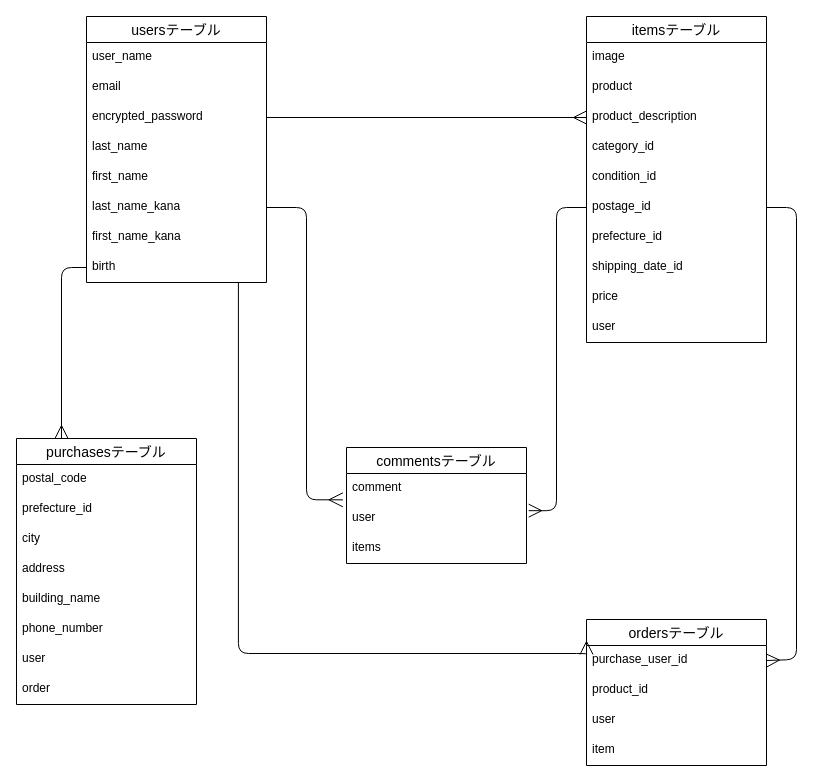
This is furima.dio from hmeg2896/furima-36743, a draw.io file, before an edit. Source tidied: cells renumbered, new cells numbered last; positions are measured from the earlier drawing's top-left corner, leaving out a move shared by most shapes. Both pictures are drawn from the tidied source at 100%, with x=0, y=0 at pixel (16, 16).
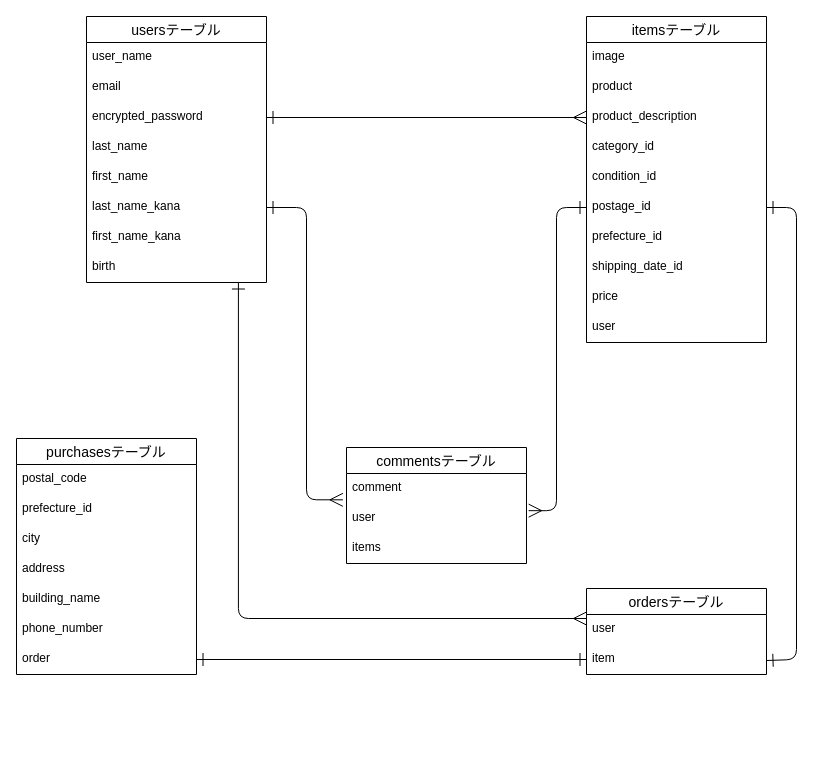
The same diagram, later.

The change refers to these unchanged cells:
```xml
<mxCell id="5" value="encrypted_password" style="text;strokeColor=none;fillColor=none;spacingLeft=4;spacingRight=4;overflow=hidden;points=[[0,0.5],[1,0.5]];portConstraint=eastwest;fontSize=12;" parent="2" vertex="1">
  <mxGeometry y="86" width="180" height="30" as="geometry" />
</mxCell>
<mxCell id="8" value="last_name_kana" style="text;strokeColor=none;fillColor=none;spacingLeft=4;spacingRight=4;overflow=hidden;points=[[0,0.5],[1,0.5]];portConstraint=eastwest;fontSize=12;" parent="2" vertex="1">
  <mxGeometry y="176" width="180" height="30" as="geometry" />
</mxCell>
<mxCell id="10" value="birth" style="text;strokeColor=none;fillColor=none;spacingLeft=4;spacingRight=4;overflow=hidden;points=[[0,0.5],[1,0.5]];portConstraint=eastwest;fontSize=12;" parent="2" vertex="1">
  <mxGeometry y="236" width="180" height="30" as="geometry" />
</mxCell>
<mxCell id="14" value="product_description" style="text;strokeColor=none;fillColor=none;spacingLeft=4;spacingRight=4;overflow=hidden;points=[[0,0.5],[1,0.5]];portConstraint=eastwest;fontSize=12;" parent="11" vertex="1">
  <mxGeometry y="86" width="180" height="30" as="geometry" />
</mxCell>
<mxCell id="17" value="postage_id" style="text;strokeColor=none;fillColor=none;spacingLeft=4;spacingRight=4;overflow=hidden;points=[[0,0.5],[1,0.5]];portConstraint=eastwest;fontSize=12;" parent="11" vertex="1">
  <mxGeometry y="176" width="180" height="30" as="geometry" />
</mxCell>
<mxCell id="23" value="comment" style="text;strokeColor=none;fillColor=none;spacingLeft=4;spacingRight=4;overflow=hidden;points=[[0,0.5],[1,0.5]];portConstraint=eastwest;fontSize=12;" parent="22" vertex="1">
  <mxGeometry y="26" width="180" height="30" as="geometry" />
</mxCell>
<mxCell id="24" value="user" style="text;strokeColor=none;fillColor=none;spacingLeft=4;spacingRight=4;overflow=hidden;points=[[0,0.5],[1,0.5]];portConstraint=eastwest;fontSize=12;" parent="22" vertex="1">
  <mxGeometry y="56" width="180" height="30" as="geometry" />
</mxCell>
```

Change to the diagram source:
```diff
@@
     <mxCell id="26" value="purchasesテーブル" style="swimlane;fontStyle=0;horizontal=1;startSize=26;align=center;fontSize=14;" parent="1" vertex="1">
-      <mxGeometry y="422" width="180" height="266" as="geometry" />
+      <mxGeometry y="422" width="180" height="236" as="geometry" />
     </mxCell>
@@
-    <mxCell id="33" value="user" style="text;strokeColor=none;fillColor=none;spacingLeft=4;spacingRight=4;overflow=hidden;fontSize=12;" parent="26" vertex="1">
-      <mxGeometry y="206" width="180" height="30" as="geometry" />
-    </mxCell>
     <mxCell id="34" value="order" style="text;strokeColor=none;fillColor=none;spacingLeft=4;spacingRight=4;overflow=hidden;points=[[0,0.5],[1,0.5]];portConstraint=eastwest;fontSize=12;" parent="26" vertex="1">
-      <mxGeometry y="236" width="180" height="30" as="geometry" />
+      <mxGeometry y="206" width="180" height="30" as="geometry" />
     </mxCell>
-    <mxCell id="35" style="edgeStyle=none;html=1;exitX=1;exitY=0.5;exitDx=0;exitDy=0;entryX=0;entryY=0.5;entryDx=0;entryDy=0;endArrow=ERmany;endFill=0;endSize=11;" parent="1" edge="1" source="5" target="14">
+    <mxCell id="35" style="edgeStyle=none;html=1;exitX=1;exitY=0.5;exitDx=0;exitDy=0;entryX=0;entryY=0.5;entryDx=0;entryDy=0;endArrow=ERmany;endFill=0;endSize=11;startArrow=ERone;startFill=0;startSize=11;" parent="1" edge="1" source="5" target="14">
       <mxGeometry relative="1" as="geometry" />
     </mxCell>
@@
-    <mxCell id="37" style="edgeStyle=orthogonalEdgeStyle;html=1;endArrow=ERmany;endFill=0;entryX=-0.02;entryY=0.878;entryDx=0;entryDy=0;entryPerimeter=0;endSize=12;exitX=1;exitY=0.5;exitDx=0;exitDy=0;" parent="1" edge="1" source="8" target="23">
+    <mxCell id="37" style="edgeStyle=orthogonalEdgeStyle;html=1;endArrow=ERmany;endFill=0;entryX=-0.02;entryY=0.878;entryDx=0;entryDy=0;entryPerimeter=0;endSize=11;exitX=1;exitY=0.5;exitDx=0;exitDy=0;startArrow=ERone;startFill=0;startSize=11;" parent="1" edge="1" source="8" target="23">
       <mxGeometry relative="1" as="geometry" />
     </mxCell>
-    <mxCell id="38" style="edgeStyle=orthogonalEdgeStyle;html=1;exitX=0;exitY=0.5;exitDx=0;exitDy=0;entryX=1.012;entryY=0.239;entryDx=0;entryDy=0;entryPerimeter=0;endArrow=ERmany;endFill=0;endSize=11;" parent="1" edge="1" source="17" target="24">
+    <mxCell id="38" style="edgeStyle=orthogonalEdgeStyle;html=1;exitX=0;exitY=0.5;exitDx=0;exitDy=0;entryX=1.012;entryY=0.239;entryDx=0;entryDy=0;entryPerimeter=0;endArrow=ERmany;endFill=0;endSize=11;startArrow=ERone;startFill=0;startSize=11;" parent="1" edge="1" source="17" target="24">
       <mxGeometry relative="1" as="geometry" />
     </mxCell>
-    <mxCell id="39" style="edgeStyle=orthogonalEdgeStyle;html=1;exitX=0;exitY=0.5;exitDx=0;exitDy=0;entryX=0.25;entryY=0;entryDx=0;entryDy=0;endArrow=ERmany;endFill=0;endSize=11;" parent="1" edge="1" source="10" target="26">
-      <mxGeometry relative="1" as="geometry" />
-    </mxCell>
     <mxCell id="40" value="ordersテーブル" style="swimlane;fontStyle=0;horizontal=1;startSize=26;align=center;fontSize=14;" parent="1" vertex="1">
-      <mxGeometry x="570" y="603" width="180" height="146" as="geometry" />
+      <mxGeometry x="570" y="572" width="180" height="86" as="geometry" />
     </mxCell>
-    <mxCell id="41" value="purchase_user_id" style="text;strokeColor=none;fillColor=none;spacingLeft=4;spacingRight=4;overflow=hidden;points=[[0,0.5],[1,0.5]];portConstraint=eastwest;fontSize=12;" parent="40" vertex="1">
-      <mxGeometry y="26" width="180" height="30" as="geometry" />
-    </mxCell>
-    <mxCell id="42" value="product_id" style="text;strokeColor=none;fillColor=none;spacingLeft=4;spacingRight=4;overflow=hidden;fontSize=12;" parent="40" vertex="1">
-      <mxGeometry y="56" width="180" height="30" as="geometry" />
-    </mxCell>
     <mxCell id="43" value="user" style="text;strokeColor=none;fillColor=none;spacingLeft=4;spacingRight=4;overflow=hidden;fontSize=12;" parent="40" vertex="1">
-      <mxGeometry y="86" width="180" height="30" as="geometry" />
+      <mxGeometry y="26" width="180" height="30" as="geometry" />
     </mxCell>
     <mxCell id="44" value="item" style="text;strokeColor=none;fillColor=none;spacingLeft=4;spacingRight=4;overflow=hidden;points=[[0,0.5],[1,0.5]];portConstraint=eastwest;fontSize=12;" parent="40" vertex="1">
-      <mxGeometry y="116" width="180" height="30" as="geometry" />
+      <mxGeometry y="56" width="180" height="30" as="geometry" />
     </mxCell>
-    <mxCell id="45" style="edgeStyle=elbowEdgeStyle;html=1;entryX=0;entryY=0.3;entryDx=0;entryDy=0;entryPerimeter=0;elbow=vertical;exitX=0.844;exitY=1;exitDx=0;exitDy=0;exitPerimeter=0;endArrow=ERmany;endFill=0;endSize=11;" parent="1" edge="1" source="10" target="41">
+    <mxCell id="45" style="edgeStyle=elbowEdgeStyle;html=1;elbow=vertical;exitX=0.844;exitY=1;exitDx=0;exitDy=0;exitPerimeter=0;endArrow=ERmany;endFill=0;endSize=11;startArrow=ERone;startFill=0;startSize=11;" parent="1" edge="1" source="10">
       <mxGeometry relative="1" as="geometry">
+        <mxPoint x="570" y="602" as="targetPoint" />
         <Array as="points">
+          <mxPoint x="222" y="602" />
           <mxPoint x="360" y="637" />
           <mxPoint x="400" y="632" />
         </Array>
       </mxGeometry>
     </mxCell>
-    <mxCell id="46" style="elbow=vertical;html=1;exitX=1;exitY=0.5;exitDx=0;exitDy=0;endArrow=ERmany;endFill=0;endSize=11;edgeStyle=orthogonalEdgeStyle;entryX=1;entryY=0.5;entryDx=0;entryDy=0;" parent="1" edge="1" source="17" target="41">
+    <mxCell id="46" style="elbow=vertical;html=1;exitX=1;exitY=0.5;exitDx=0;exitDy=0;endArrow=ERone;endFill=0;endSize=11;edgeStyle=orthogonalEdgeStyle;entryX=1;entryY=0.5;entryDx=0;entryDy=0;startArrow=ERone;startFill=0;startSize=11;" parent="1" edge="1" source="17">
       <mxGeometry relative="1" as="geometry">
+        <mxPoint x="750" y="644" as="targetPoint" />
         <Array as="points">
           <mxPoint x="780" y="191" />
           <mxPoint x="780" y="643" />
         </Array>
       </mxGeometry>
     </mxCell>
+    <mxCell id="47" style="html=1;exitX=0;exitY=0.5;exitDx=0;exitDy=0;entryX=1;entryY=0.5;entryDx=0;entryDy=0;startArrow=ERone;startFill=0;endArrow=ERone;endFill=0;endSize=11;elbow=vertical;edgeStyle=orthogonalEdgeStyle;startSize=11;" parent="1" edge="1" source="44" target="34">
+      <mxGeometry relative="1" as="geometry" />
+    </mxCell>
```
